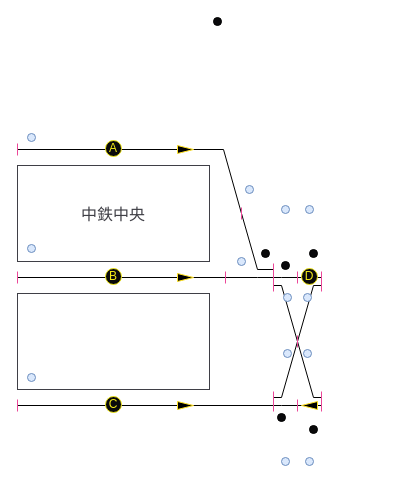
The draw.io diagram SourceAssets/Track/Network/NakatetsuTrafficControl/CircuitDiagram/drawio/NT01.drawio in neko3141592/Nakatetsu, before the edit. Source tidied: cells renumbered, new cells numbered last; positions are measured from the earlier drawing's top-left corner, leaving out a move shared by most shapes. Both pictures are drawn from the tidied source at 100%, with x=0, y=0 at pixel (17, 17).
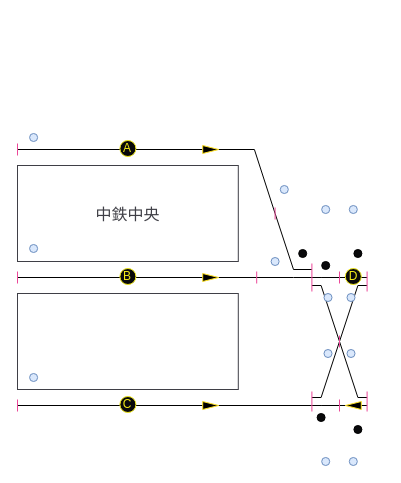
The same diagram, later.

Change to the diagram source:
```diff
@@
     <mxCell id="2" style="endArrow=none;html=1;rounded=0;startSize=10;strokeWidth=1;" parent="1" edge="1">
       <mxGeometry relative="1" as="geometry">
         <mxPoint y="260" as="sourcePoint" />
-        <mxPoint x="208" y="260" as="targetPoint" />
+        <mxPoint x="239.2" y="260" as="targetPoint" />
       </mxGeometry>
     </mxCell>
     <mxCell id="3" style="endArrow=none;html=1;rounded=0;startSize=10;strokeWidth=1;" parent="1" edge="1">
       <mxGeometry relative="1" as="geometry">
         <mxPoint y="388" as="sourcePoint" />
-        <mxPoint x="256" y="388" as="targetPoint" />
+        <mxPoint x="294.4" y="388" as="targetPoint" />
       </mxGeometry>
     </mxCell>
     <mxCell id="4" style="rounded=0;whiteSpace=wrap;html=1;fillColor=none;strokeWidth=1;fontColor=#333333;strokeColor=#3F3F46;" parent="1" vertex="1">
-      <mxGeometry y="148" width="192" height="96" as="geometry" />
+      <mxGeometry y="148" width="220.8" height="96" as="geometry" />
     </mxCell>
     <mxCell id="5" style="rounded=0;whiteSpace=wrap;html=1;fillColor=none;strokeWidth=1;fontColor=#333333;strokeColor=#3F3F46;" parent="1" vertex="1">
-      <mxGeometry y="276" width="192" height="96" as="geometry" />
+      <mxGeometry y="276" width="220.8" height="96" as="geometry" />
     </mxCell>
     <mxCell id="6" style="group;" parent="1" vertex="1">
-      <mxGeometry y="132" width="224" height="64" as="geometry" />
+      <mxGeometry y="132" width="257.6" height="64" as="geometry" />
     </mxCell>
     <mxCell id="7" style="endArrow=none;html=1;rounded=0;startSize=10;strokeWidth=1;" parent="6" edge="1">
       <mxGeometry relative="1" as="geometry">
-        <mxPoint x="206" as="sourcePoint" />
-        <mxPoint x="224" y="64" as="targetPoint" />
+        <mxPoint x="236.9" as="sourcePoint" />
+        <mxPoint x="257.6" y="64" as="targetPoint" />
       </mxGeometry>
     </mxCell>
     <mxCell id="8" style="endArrow=none;html=1;rounded=0;startSize=10;strokeWidth=1;" parent="6" edge="1">
       <mxGeometry relative="1" as="geometry">
         <mxPoint as="sourcePoint" />
-        <mxPoint x="206" as="targetPoint" />
+        <mxPoint x="236.9" as="targetPoint" />
       </mxGeometry>
     </mxCell>
     <mxCell id="9" style="group;" parent="1" vertex="1">
-      <mxGeometry x="208" y="196" width="48" height="64" as="geometry" />
+      <mxGeometry x="239.2" y="196" width="55.2" height="64" as="geometry" />
     </mxCell>
     <mxCell id="10" style="group;" parent="9" vertex="1">
-      <mxGeometry width="48" height="64" as="geometry" />
+      <mxGeometry width="55.2" height="64" as="geometry" />
     </mxCell>
     <mxCell id="11" style="endArrow=none;html=1;rounded=0;startSize=10;strokeWidth=1;" parent="10" edge="1">
       <mxGeometry relative="1" as="geometry">
-        <mxPoint x="16" as="sourcePoint" />
-        <mxPoint x="32" y="56" as="targetPoint" />
+        <mxPoint x="18.4" as="sourcePoint" />
+        <mxPoint x="36.8" y="56" as="targetPoint" />
       </mxGeometry>
     </mxCell>
     <mxCell id="12" style="endArrow=none;html=1;rounded=0;startSize=10;strokeWidth=1;" parent="10" edge="1">
       <mxGeometry relative="1" as="geometry">
-        <mxPoint x="32" y="56" as="sourcePoint" />
-        <mxPoint x="48" y="56" as="targetPoint" />
+        <mxPoint x="36.8" y="56" as="sourcePoint" />
+        <mxPoint x="55.2" y="56" as="targetPoint" />
       </mxGeometry>
     </mxCell>
     <mxCell id="13" style="ellipse;whiteSpace=wrap;html=1;shapeInside=1;fillColor=#09090B;" parent="10" vertex="1">
-      <mxGeometry x="36" y="36" width="8" height="8" as="geometry" />
+      <mxGeometry x="42" y="36" width="8" height="8" as="geometry" />
     </mxCell>
     <mxCell id="14" style="group;" parent="9" vertex="1">
-      <mxGeometry y="64" width="48" as="geometry" />
+      <mxGeometry y="64" width="55.2" as="geometry" />
     </mxCell>
     <mxCell id="15" style="endArrow=none;html=1;rounded=0;startSize=10;strokeWidth=1;" parent="14" edge="1">
       <mxGeometry relative="1" as="geometry">
-        <mxPoint x="32" as="sourcePoint" />
-        <mxPoint x="48" as="targetPoint" />
+        <mxPoint x="36.8" as="sourcePoint" />
+        <mxPoint x="55.2" as="targetPoint" />
       </mxGeometry>
     </mxCell>
     <mxCell id="16" style="endArrow=none;html=1;rounded=0;startSize=10;strokeWidth=1;" parent="14" edge="1">
       <mxGeometry relative="1" as="geometry">
         <mxPoint as="sourcePoint" />
-        <mxPoint x="32" as="targetPoint" />
+        <mxPoint x="36.8" as="targetPoint" />
       </mxGeometry>
     </mxCell>
     <mxCell id="17" style="group;" parent="1" vertex="1">
-      <mxGeometry x="256" y="260" width="24" height="64" as="geometry" />
+      <mxGeometry x="294.4" y="260" width="27.6" height="64" as="geometry" />
     </mxCell>
     <mxCell id="18" style="group;" parent="17" vertex="1">
-      <mxGeometry width="24" height="64" as="geometry" />
+      <mxGeometry width="27.6" height="64" as="geometry" />
     </mxCell>
     <mxCell id="19" style="endArrow=none;html=1;rounded=0;startSize=10;strokeWidth=1;" parent="18" edge="1">
       <mxGeometry relative="1" as="geometry">
-        <mxPoint x="8" y="8" as="sourcePoint" />
-        <mxPoint x="24" y="64" as="targetPoint" />
+        <mxPoint x="9.2" y="8" as="sourcePoint" />
+        <mxPoint x="27.6" y="64" as="targetPoint" />
       </mxGeometry>
     </mxCell>
     <mxCell id="20" style="endArrow=none;html=1;rounded=0;startSize=10;strokeWidth=1;" parent="18" edge="1">
       <mxGeometry relative="1" as="geometry">
         <mxPoint y="8" as="sourcePoint" />
-        <mxPoint x="8" y="8" as="targetPoint" />
+        <mxPoint x="9.2" y="8" as="targetPoint" />
       </mxGeometry>
     </mxCell>
     <mxCell id="21" style="group;" parent="17" vertex="1">
-      <mxGeometry width="24" as="geometry" />
+      <mxGeometry width="27.6" as="geometry" />
     </mxCell>
     <mxCell id="22" style="endArrow=none;html=1;rounded=0;startSize=10;strokeWidth=1;" parent="21" edge="1">
       <mxGeometry relative="1" as="geometry">
         <mxPoint as="sourcePoint" />
-        <mxPoint x="8" as="targetPoint" />
+        <mxPoint x="9.2" as="targetPoint" />
       </mxGeometry>
     </mxCell>
     <mxCell id="23" style="endArrow=none;html=1;rounded=0;startSize=10;strokeWidth=1;" parent="21" edge="1">
       <mxGeometry relative="1" as="geometry">
-        <mxPoint x="8" as="sourcePoint" />
-        <mxPoint x="24" as="targetPoint" />
+        <mxPoint x="9.2" as="sourcePoint" />
+        <mxPoint x="27.6" as="targetPoint" />
       </mxGeometry>
     </mxCell>
     <mxCell id="24" style="group;" parent="1" vertex="1">
-      <mxGeometry x="256" y="324" width="24" height="64" as="geometry" />
+      <mxGeometry x="294.4" y="324" width="27.6" height="64" as="geometry" />
     </mxCell>
     <mxCell id="25" style="group;" parent="24" vertex="1">
-      <mxGeometry width="24" height="64" as="geometry" />
+      <mxGeometry width="27.6" height="64" as="geometry" />
     </mxCell>
     <mxCell id="26" style="endArrow=none;html=1;rounded=0;startSize=10;strokeWidth=1;" parent="25" edge="1">
       <mxGeometry relative="1" as="geometry">
-        <mxPoint x="8" y="56" as="sourcePoint" />
-        <mxPoint x="24" as="targetPoint" />
+        <mxPoint x="9.2" y="56" as="sourcePoint" />
+        <mxPoint x="27.6" as="targetPoint" />
       </mxGeometry>
     </mxCell>
     <mxCell id="27" style="endArrow=none;html=1;rounded=0;startSize=10;strokeWidth=1;" parent="25" edge="1">
       <mxGeometry relative="1" as="geometry">
         <mxPoint y="56" as="sourcePoint" />
-        <mxPoint x="8" y="56" as="targetPoint" />
+        <mxPoint x="9.2" y="56" as="targetPoint" />
       </mxGeometry>
     </mxCell>
     <mxCell id="28" style="group;" parent="24" vertex="1">
-      <mxGeometry y="64" width="24" as="geometry" />
+      <mxGeometry y="64" width="27.6" as="geometry" />
     </mxCell>
     <mxCell id="29" style="endArrow=none;html=1;rounded=0;startSize=10;strokeWidth=1;" parent="28" edge="1">
       <mxGeometry relative="1" as="geometry">
         <mxPoint as="sourcePoint" />
-        <mxPoint x="8" as="targetPoint" />
+        <mxPoint x="9.2" as="targetPoint" />
       </mxGeometry>
     </mxCell>
     <mxCell id="30" style="endArrow=none;html=1;rounded=0;startSize=10;strokeWidth=1;" parent="28" edge="1">
       <mxGeometry relative="1" as="geometry">
-        <mxPoint x="8" as="sourcePoint" />
-        <mxPoint x="24" as="targetPoint" />
+        <mxPoint x="9.2" as="sourcePoint" />
+        <mxPoint x="27.6" as="targetPoint" />
       </mxGeometry>
     </mxCell>
     <mxCell id="31" style="group;" parent="1" vertex="1">
-      <mxGeometry x="280" y="324" width="24" height="64" as="geometry" />
+      <mxGeometry x="322" y="324" width="27.6" height="64" as="geometry" />
     </mxCell>
     <mxCell id="32" style="group;" parent="31" vertex="1">
-      <mxGeometry width="24" height="64" as="geometry" />
+      <mxGeometry width="27.6" height="64" as="geometry" />
     </mxCell>
     <mxCell id="33" style="endArrow=none;html=1;rounded=0;startSize=10;strokeWidth=1;" parent="32" edge="1">
       <mxGeometry relative="1" as="geometry">
-        <mxPoint x="16" y="56" as="sourcePoint" />
-        <mxPoint x="24" y="56" as="targetPoint" />
+        <mxPoint x="18.4" y="56" as="sourcePoint" />
+        <mxPoint x="27.6" y="56" as="targetPoint" />
       </mxGeometry>
     </mxCell>
     <mxCell id="34" style="endArrow=none;html=1;rounded=0;startSize=10;strokeWidth=1;" parent="32" edge="1">
       <mxGeometry relative="1" as="geometry">
         <mxPoint as="sourcePoint" />
-        <mxPoint x="16" y="56" as="targetPoint" />
+        <mxPoint x="18.4" y="56" as="targetPoint" />
       </mxGeometry>
     </mxCell>
     <mxCell id="35" style="group;" parent="31" vertex="1">
-      <mxGeometry y="64" width="24" as="geometry" />
+      <mxGeometry y="64" width="27.6" as="geometry" />
     </mxCell>
     <mxCell id="36" style="endArrow=none;html=1;rounded=0;startSize=10;strokeWidth=1;" parent="35" edge="1">
       <mxGeometry relative="1" as="geometry">
         <mxPoint as="sourcePoint" />
-        <mxPoint x="16" as="targetPoint" />
+        <mxPoint x="18.4" as="targetPoint" />
       </mxGeometry>
     </mxCell>
     <mxCell id="37" style="endArrow=none;html=1;rounded=0;startSize=10;strokeWidth=1;" parent="35" edge="1">
       <mxGeometry relative="1" as="geometry">
-        <mxPoint x="16" as="sourcePoint" />
-        <mxPoint x="24" as="targetPoint" />
+        <mxPoint x="18.4" as="sourcePoint" />
+        <mxPoint x="27.6" as="targetPoint" />
       </mxGeometry>
     </mxCell>
     <mxCell id="38" style="group;" parent="1" vertex="1">
-      <mxGeometry x="280" y="260" width="36" height="64" as="geometry" />
+      <mxGeometry x="322" y="260" width="41.4" height="64" as="geometry" />
     </mxCell>
     <mxCell id="39" style="group;" parent="38" vertex="1">
-      <mxGeometry width="24" height="64" as="geometry" />
+      <mxGeometry width="27.6" height="64" as="geometry" />
     </mxCell>
     <mxCell id="40" style="endArrow=none;html=1;rounded=0;startSize=10;strokeWidth=1;" parent="39" edge="1">
       <mxGeometry relative="1" as="geometry">
         <mxPoint y="64" as="sourcePoint" />
-        <mxPoint x="16" y="8" as="targetPoint" />
+        <mxPoint x="18.4" y="8" as="targetPoint" />
       </mxGeometry>
     </mxCell>
     <mxCell id="41" style="endArrow=none;html=1;rounded=0;startSize=10;strokeWidth=1;" parent="39" edge="1">
       <mxGeometry relative="1" as="geometry">
-        <mxPoint x="16" y="8" as="sourcePoint" />
-        <mxPoint x="24" y="8" as="targetPoint" />
+        <mxPoint x="18.4" y="8" as="sourcePoint" />
+        <mxPoint x="27.6" y="8" as="targetPoint" />
       </mxGeometry>
     </mxCell>
     <mxCell id="42" style="group;" parent="38" vertex="1">
-      <mxGeometry width="36" height="14" as="geometry" />
+      <mxGeometry width="41.4" height="14" as="geometry" />
     </mxCell>
     <mxCell id="43" style="endArrow=none;html=1;rounded=0;startSize=10;strokeWidth=1;" parent="42" edge="1">
       <mxGeometry relative="1" as="geometry">
         <mxPoint as="sourcePoint" />
-        <mxPoint x="16" as="targetPoint" />
+        <mxPoint x="18.4" as="targetPoint" />
       </mxGeometry>
     </mxCell>
     <mxCell id="44" style="endArrow=none;html=1;rounded=0;startSize=10;strokeWidth=1;" parent="42" edge="1">
       <mxGeometry relative="1" as="geometry">
-        <mxPoint x="16" as="sourcePoint" />
-        <mxPoint x="24" as="targetPoint" />
+        <mxPoint x="18.4" as="sourcePoint" />
+        <mxPoint x="27.6" as="targetPoint" />
       </mxGeometry>
     </mxCell>
     <mxCell id="45" style="group;fillColor=none;" parent="1" vertex="1">
-      <mxGeometry x="66" y="116" width="60" height="30" as="geometry" />
+      <mxGeometry x="80.4" y="116" width="60" height="30" as="geometry" />
     </mxCell>
@@
     <mxCell id="48" style="group;" parent="1" vertex="1">
-      <mxGeometry x="66" y="244" width="60" height="30" as="geometry" />
+      <mxGeometry x="80.4" y="244" width="60" height="30" as="geometry" />
     </mxCell>
@@
     <mxCell id="51" style="group;" parent="1" vertex="1">
-      <mxGeometry x="66" y="372" width="60" height="30" as="geometry" />
+      <mxGeometry x="80.4" y="372" width="60" height="30" as="geometry" />
     </mxCell>
@@
     <mxCell id="54" style="ellipse;whiteSpace=wrap;html=1;shapeInside=1;fillColor=#09090B;" parent="1" vertex="1">
-      <mxGeometry x="264" y="244" width="8" height="8" as="geometry" />
+      <mxGeometry x="304.2" y="244" width="8" height="8" as="geometry" />
     </mxCell>
     <mxCell id="55" style="ellipse;whiteSpace=wrap;html=1;shapeInside=1;fillColor=#09090B;" parent="1" vertex="1">
-      <mxGeometry x="260" y="396" width="8" height="8" as="geometry" />
+      <mxGeometry x="299.6" y="396" width="8" height="8" as="geometry" />
     </mxCell>
     <mxCell id="56" style="ellipse;whiteSpace=wrap;html=1;shapeInside=1;fillColor=#09090B;" parent="1" vertex="1">
-      <mxGeometry x="292" y="408" width="8" height="8" as="geometry" />
+      <mxGeometry x="336.4" y="408" width="8" height="8" as="geometry" />
     </mxCell>
     <mxCell id="57" style="ellipse;whiteSpace=wrap;html=1;shapeInside=1;fillColor=#09090B;" parent="1" vertex="1">
-      <mxGeometry x="292" y="232" width="8" height="8" as="geometry" />
+      <mxGeometry x="336.4" y="232" width="8" height="8" as="geometry" />
     </mxCell>
-    <mxCell id="58" style="ellipse;whiteSpace=wrap;html=1;shapeInside=1;fillColor=#09090B;" parent="1" vertex="1">
-      <mxGeometry x="196" width="8" height="8" as="geometry" />
-    </mxCell>
     <mxCell id="59" value="中鉄中央" style="text;html=0;align=center;verticalAlign=middle;fillColor=none;strokeColor=none;fontColor=#3F3F46;fontSize=16;fontFamily=Arial;" parent="1" vertex="1">
-      <mxGeometry y="180" width="192" height="32" as="geometry" />
+      <mxGeometry y="180" width="220.8" height="32" as="geometry" />
     </mxCell>
@@
     <mxCell id="63" style="endArrow=none;startArrow=none;html=0;rounded=0;strokeColor=#EC4899;strokeWidth=1;" parent="1" edge="1">
       <mxGeometry relative="1" as="geometry">
-        <mxPoint x="208" y="254" as="sourcePoint" />
-        <mxPoint x="208" y="266" as="targetPoint" />
+        <mxPoint x="239.2" y="254" as="sourcePoint" />
+        <mxPoint x="239.2" y="266" as="targetPoint" />
       </mxGeometry>
     </mxCell>
     <mxCell id="64" style="endArrow=none;startArrow=none;html=0;rounded=0;strokeColor=#EC4899;strokeWidth=1;" parent="1" edge="1">
       <mxGeometry relative="1" as="geometry">
-        <mxPoint x="224" y="190" as="sourcePoint" />
-        <mxPoint x="224" y="202" as="targetPoint" />
+        <mxPoint x="257.6" y="190" as="sourcePoint" />
+        <mxPoint x="257.6" y="202" as="targetPoint" />
       </mxGeometry>
     </mxCell>
     <mxCell id="65" style="endArrow=none;startArrow=none;html=0;rounded=0;strokeColor=#EC4899;strokeWidth=1;" parent="1" edge="1">
       <mxGeometry relative="1" as="geometry">
-        <mxPoint x="256" y="246" as="sourcePoint" />
-        <mxPoint x="256" y="274" as="targetPoint" />
+        <mxPoint x="294.4" y="246" as="sourcePoint" />
+        <mxPoint x="294.4" y="274" as="targetPoint" />
       </mxGeometry>
     </mxCell>
     <mxCell id="66" style="endArrow=none;startArrow=none;html=0;rounded=0;strokeColor=#EC4899;strokeWidth=1;" parent="1" edge="1">
       <mxGeometry relative="1" as="geometry">
-        <mxPoint x="256" y="374" as="sourcePoint" />
-        <mxPoint x="256" y="394" as="targetPoint" />
+        <mxPoint x="294.4" y="374" as="sourcePoint" />
+        <mxPoint x="294.4" y="394" as="targetPoint" />
       </mxGeometry>
     </mxCell>
     <mxCell id="67" style="endArrow=none;startArrow=none;html=0;rounded=0;strokeColor=#EC4899;strokeWidth=1;" parent="1" edge="1">
       <mxGeometry relative="1" as="geometry">
-        <mxPoint x="280" y="254" as="sourcePoint" />
-        <mxPoint x="280" y="266" as="targetPoint" />
+        <mxPoint x="322" y="254" as="sourcePoint" />
+        <mxPoint x="322" y="266" as="targetPoint" />
       </mxGeometry>
     </mxCell>
     <mxCell id="68" style="endArrow=none;startArrow=none;html=0;rounded=0;strokeColor=#EC4899;strokeWidth=1;" parent="1" edge="1">
       <mxGeometry relative="1" as="geometry">
-        <mxPoint x="280" y="318" as="sourcePoint" />
-        <mxPoint x="280" y="330" as="targetPoint" />
+        <mxPoint x="322" y="318" as="sourcePoint" />
+        <mxPoint x="322" y="330" as="targetPoint" />
       </mxGeometry>
     </mxCell>
     <mxCell id="69" style="endArrow=none;startArrow=none;html=0;rounded=0;strokeColor=#EC4899;strokeWidth=1;" parent="1" edge="1">
       <mxGeometry relative="1" as="geometry">
-        <mxPoint x="280" y="382" as="sourcePoint" />
-        <mxPoint x="280" y="394" as="targetPoint" />
+        <mxPoint x="322" y="382" as="sourcePoint" />
+        <mxPoint x="322" y="394" as="targetPoint" />
       </mxGeometry>
     </mxCell>
     <mxCell id="70" style="endArrow=none;startArrow=none;html=0;rounded=0;strokeColor=#EC4899;strokeWidth=1;" parent="1" edge="1">
       <mxGeometry relative="1" as="geometry">
-        <mxPoint x="304" y="254" as="sourcePoint" />
-        <mxPoint x="304" y="274" as="targetPoint" />
+        <mxPoint x="349.6" y="254" as="sourcePoint" />
+        <mxPoint x="349.6" y="274" as="targetPoint" />
       </mxGeometry>
     </mxCell>
     <mxCell id="71" style="endArrow=none;startArrow=none;html=0;rounded=0;strokeColor=#EC4899;strokeWidth=1;" parent="1" edge="1">
       <mxGeometry relative="1" as="geometry">
-        <mxPoint x="304" y="374" as="sourcePoint" />
-        <mxPoint x="304" y="394" as="targetPoint" />
+        <mxPoint x="349.6" y="374" as="sourcePoint" />
+        <mxPoint x="349.6" y="394" as="targetPoint" />
       </mxGeometry>
     </mxCell>
     <mxCell id="72" style="ellipse;whiteSpace=wrap;html=1;shapeInside=1;fillColor=#dae8fc;strokeColor=#6c8ebf;" parent="1" vertex="1">
-      <mxGeometry x="10" y="116" width="8" height="8" as="geometry" />
+      <mxGeometry x="12.1" y="116" width="8" height="8" as="geometry" />
     </mxCell>
     <mxCell id="73" style="ellipse;whiteSpace=wrap;html=1;shapeInside=1;fillColor=#dae8fc;strokeColor=#6c8ebf;" parent="1" vertex="1">
-      <mxGeometry x="10" y="227" width="8" height="8" as="geometry" />
+      <mxGeometry x="12.1" y="227" width="8" height="8" as="geometry" />
     </mxCell>
     <mxCell id="74" style="ellipse;whiteSpace=wrap;html=1;shapeInside=1;fillColor=#dae8fc;strokeColor=#6c8ebf;" parent="1" vertex="1">
-      <mxGeometry x="10" y="356" width="8" height="8" as="geometry" />
+      <mxGeometry x="12.1" y="356" width="8" height="8" as="geometry" />
     </mxCell>
     <mxCell id="75" style="ellipse;whiteSpace=wrap;html=1;shapeInside=1;fillColor=#dae8fc;strokeColor=#6c8ebf;" parent="1" vertex="1">
-      <mxGeometry x="220" y="240" width="8" height="8" as="geometry" />
+      <mxGeometry x="253.6" y="240" width="8" height="8" as="geometry" />
     </mxCell>
     <mxCell id="76" style="ellipse;whiteSpace=wrap;html=1;shapeInside=1;fillColor=#dae8fc;strokeColor=#6c8ebf;" parent="1" vertex="1">
-      <mxGeometry x="228" y="168" width="8" height="8" as="geometry" />
+      <mxGeometry x="262.8" y="168" width="8" height="8" as="geometry" />
     </mxCell>
     <mxCell id="77" style="ellipse;whiteSpace=wrap;html=1;shapeInside=1;fillColor=#dae8fc;strokeColor=#6c8ebf;" parent="1" vertex="1">
-      <mxGeometry x="264" y="188" width="8" height="8" as="geometry" />
+      <mxGeometry x="304.2" y="188" width="8" height="8" as="geometry" />
     </mxCell>
     <mxCell id="78" style="ellipse;whiteSpace=wrap;html=1;shapeInside=1;fillColor=#dae8fc;strokeColor=#6c8ebf;" parent="1" vertex="1">
-      <mxGeometry x="266" y="276" width="8" height="8" as="geometry" />
+      <mxGeometry x="306.5" y="276" width="8" height="8" as="geometry" />
     </mxCell>
     <mxCell id="79" style="ellipse;whiteSpace=wrap;html=1;shapeInside=1;fillColor=#dae8fc;strokeColor=#6c8ebf;" parent="1" vertex="1">
-      <mxGeometry x="264" y="440" width="8" height="8" as="geometry" />
+      <mxGeometry x="304.2" y="440" width="8" height="8" as="geometry" />
     </mxCell>
     <mxCell id="80" style="ellipse;whiteSpace=wrap;html=1;shapeInside=1;fillColor=#dae8fc;strokeColor=#6c8ebf;" parent="1" vertex="1">
-      <mxGeometry x="266" y="332" width="8" height="8" as="geometry" />
+      <mxGeometry x="306.5" y="332" width="8" height="8" as="geometry" />
     </mxCell>
     <mxCell id="81" style="ellipse;whiteSpace=wrap;html=1;shapeInside=1;fillColor=#dae8fc;strokeColor=#6c8ebf;" parent="1" vertex="1">
-      <mxGeometry x="288" y="440" width="8" height="8" as="geometry" />
+      <mxGeometry x="331.8" y="440" width="8" height="8" as="geometry" />
     </mxCell>
     <mxCell id="82" style="ellipse;whiteSpace=wrap;html=1;shapeInside=1;fillColor=#dae8fc;strokeColor=#6c8ebf;" parent="1" vertex="1">
-      <mxGeometry x="286" y="332" width="8" height="8" as="geometry" />
+      <mxGeometry x="329.5" y="332" width="8" height="8" as="geometry" />
     </mxCell>
     <mxCell id="83" style="ellipse;whiteSpace=wrap;html=1;shapeInside=1;fillColor=#dae8fc;strokeColor=#6c8ebf;" parent="1" vertex="1">
-      <mxGeometry x="288" y="188" width="8" height="8" as="geometry" />
+      <mxGeometry x="331.8" y="188" width="8" height="8" as="geometry" />
     </mxCell>
     <mxCell id="84" style="ellipse;whiteSpace=wrap;html=1;shapeInside=1;fillColor=#dae8fc;strokeColor=#6c8ebf;" parent="1" vertex="1">
-      <mxGeometry x="286" y="276" width="8" height="8" as="geometry" />
+      <mxGeometry x="329.5" y="276" width="8" height="8" as="geometry" />
     </mxCell>
     <mxCell id="85" style="group;" parent="1" vertex="1">
-      <mxGeometry x="262" y="244" width="60" height="30" as="geometry" />
+      <mxGeometry x="305.8" y="244" width="60" height="30" as="geometry" />
     </mxCell>
@@
     <mxCell id="88" style="triangle;whiteSpace=wrap;html=1;shapeInside=1;strokeColor=#FFE226;fillColor=#000000;" parent="1" vertex="1">
-      <mxGeometry x="160" y="128" width="16" height="8" as="geometry" />
+      <mxGeometry x="185.2" y="128" width="16" height="8" as="geometry" />
     </mxCell>
     <mxCell id="89" style="triangle;whiteSpace=wrap;html=1;shapeInside=1;strokeColor=#FFE226;fillColor=#000000;" parent="1" vertex="1">
-      <mxGeometry x="160" y="256" width="16" height="8" as="geometry" />
+      <mxGeometry x="185.2" y="256" width="16" height="8" as="geometry" />
     </mxCell>
     <mxCell id="90" style="triangle;whiteSpace=wrap;html=1;shapeInside=1;strokeColor=#FFE226;fillColor=#000000;" parent="1" vertex="1">
-      <mxGeometry x="160" y="384" width="16" height="8" as="geometry" />
+      <mxGeometry x="185.2" y="384" width="16" height="8" as="geometry" />
     </mxCell>
     <mxCell id="91" style="triangle;whiteSpace=wrap;html=1;shapeInside=1;strokeColor=#FFE226;fillColor=#000000;flipH=1;legacyAnchorPoints=0;" parent="1" vertex="1">
-      <mxGeometry x="284" y="384" width="16" height="8" as="geometry" />
+      <mxGeometry x="327.8" y="384" width="16" height="8" as="geometry" />
     </mxCell>
```
